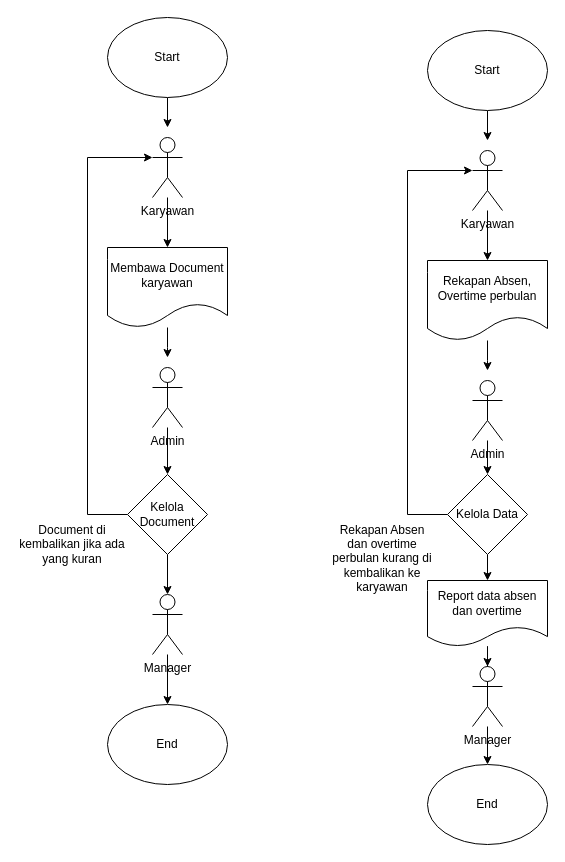
w4hyud1/leni_karyawan keeps this draw.io diagram as page "Page-6" (6 of 6) of Penulisan/Bab 3.drawio. Above is the earlier version. Source tidied: cells renumbered, new cells numbered last; positions are measured from the earlier drawing's top-left corner, leaving out a move shared by most shapes. Both pictures are drawn from the tidied source at 100%, with x=0, y=0 at pixel (17, 17).
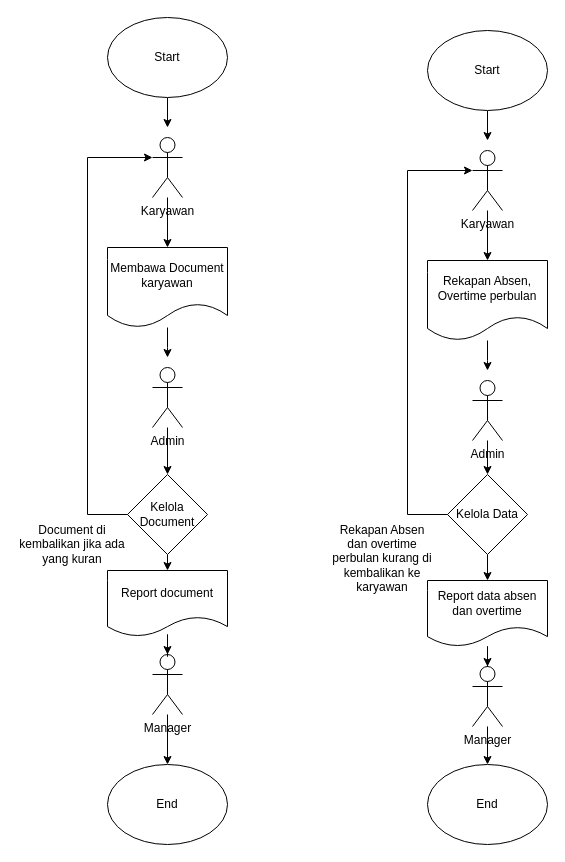
After the change.

Unchanged cells that the change refers to:
```xml
<mxCell id="6" value="Kelola Document" style="rhombus;whiteSpace=wrap;html=1;" parent="1" vertex="1">
  <mxGeometry x="110" y="457" width="80" height="80" as="geometry" />
</mxCell>
```

Diff of the diagram source:
```diff
@@
-    <mxCell id="5" style="edgeStyle=orthogonalEdgeStyle;rounded=0;jettySize=auto;html=1;exitX=0.5;exitY=1;exitDx=0;exitDy=0;entryX=0.5;entryY=0;entryDx=0;entryDy=0;entryPerimeter=0;" parent="1" edge="1" source="6" target="14">
-      <mxGeometry relative="1" as="geometry" />
-    </mxCell>
+    <mxCell id="34" style="edgeStyle=orthogonalEdgeStyle;rounded=0;jettySize=auto;html=1;exitX=0.5;exitY=1;exitDx=0;exitDy=0;entryX=0.5;entryY=0;entryDx=0;entryDy=0;" parent="1" edge="1" source="6" target="36">
+      <mxGeometry relative="1" as="geometry" />
+    </mxCell>
@@
     <mxCell id="14" value="Manager" style="shape=umlActor;verticalLabelPosition=bottom;verticalAlign=top;html=1;" parent="1" vertex="1">
-      <mxGeometry x="135" y="577" width="30" height="60" as="geometry" />
+      <mxGeometry x="135" y="637" width="30" height="60" as="geometry" />
     </mxCell>
     <mxCell id="15" value="End" style="ellipse;whiteSpace=wrap;html=1;" parent="1" vertex="1">
-      <mxGeometry x="90" y="687" width="120" height="80" as="geometry" />
+      <mxGeometry x="90" y="747" width="120" height="80" as="geometry" />
     </mxCell>
@@
+    <mxCell id="35" style="edgeStyle=orthogonalEdgeStyle;rounded=0;jettySize=auto;html=1;entryX=0.5;entryY=0;entryDx=0;entryDy=0;entryPerimeter=0;" parent="1" edge="1" source="36" target="14">
+      <mxGeometry relative="1" as="geometry" />
+    </mxCell>
+    <mxCell id="36" value="Report document" style="shape=document;whiteSpace=wrap;html=1;boundedLbl=1;" parent="1" vertex="1">
+      <mxGeometry x="90" y="553" width="120" height="66" as="geometry" />
+    </mxCell>
```
